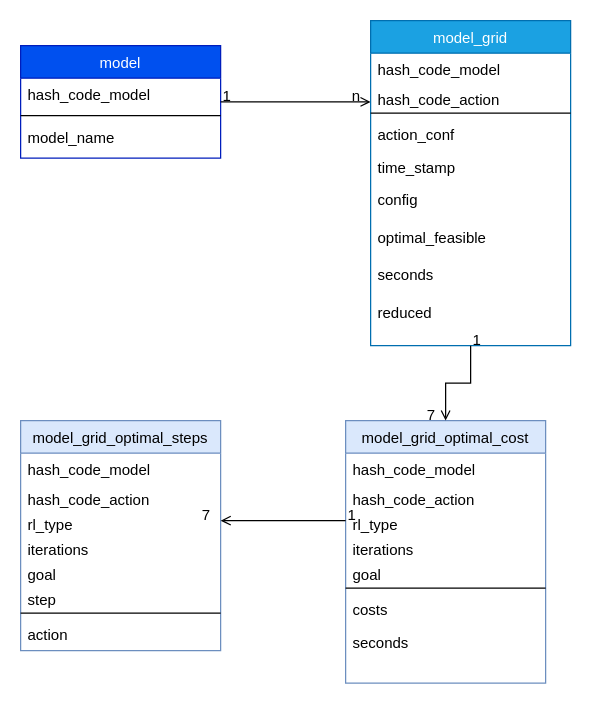
Before: Datenmodell.drawio in MatthiasWikenheiser/goal_recognition, a draw.io diagram. Source tidied: cells renumbered, new cells numbered last; positions are measured from the earlier drawing's top-left corner, leaving out a move shared by most shapes. Both pictures are drawn from the tidied source at 125%, with x=0, y=0 at pixel (20, 20).
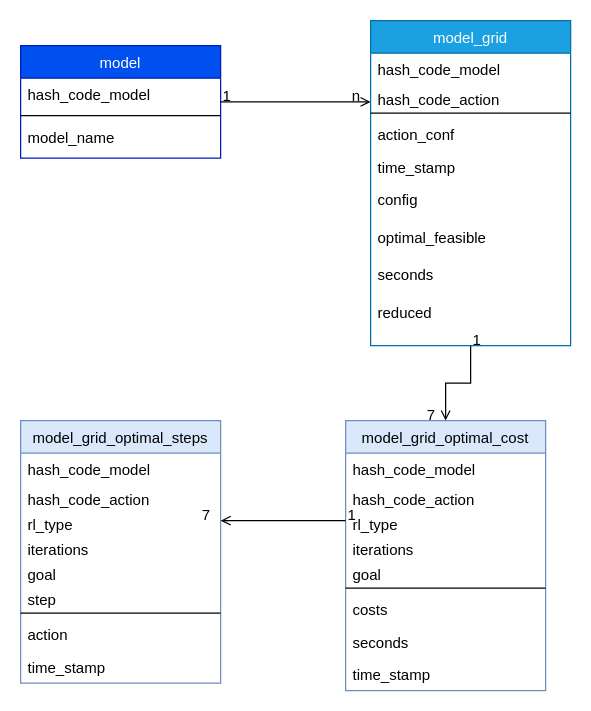
After the change.

What changed in the source:
```diff
@@
     <mxCell id="19" value="model_grid_optimal_cost&#10;" style="swimlane;fontStyle=0;align=center;verticalAlign=top;horizontal=1;startSize=26;rounded=0;shadow=0;strokeWidth=1;fillColor=#dae8fc;strokeColor=#6c8ebf;" parent="1" vertex="1">
-      <mxGeometry x="260" y="320" width="160" height="210" as="geometry" />
+      <mxGeometry x="260" y="320" width="160" height="216" as="geometry" />
     </mxCell>
@@
+    <mxCell id="43" value="time_stamp" style="text;align=left;verticalAlign=top;spacingLeft=4;spacingRight=4;overflow=hidden;" parent="19" vertex="1">
+      <mxGeometry y="190" width="160" height="26" as="geometry" />
+    </mxCell>
@@
     <mxCell id="31" value="model_grid_optimal_steps&#10;" style="swimlane;fontStyle=0;align=center;verticalAlign=top;horizontal=1;startSize=26;rounded=0;shadow=0;strokeWidth=1;fillColor=#dae8fc;strokeColor=#6c8ebf;" parent="1" vertex="1">
-      <mxGeometry y="320" width="160" height="184" as="geometry" />
+      <mxGeometry y="320" width="160" height="210" as="geometry" />
     </mxCell>
@@
+    <mxCell id="44" value="action" style="text;align=left;verticalAlign=top;spacingLeft=4;spacingRight=4;overflow=hidden;" parent="31" vertex="1">
+      <mxGeometry y="158" width="160" height="26" as="geometry" />
+    </mxCell>
-    <mxCell id="39" value="action" style="text;align=left;verticalAlign=top;spacingLeft=4;spacingRight=4;overflow=hidden;" parent="31" vertex="1">
-      <mxGeometry y="158" width="160" height="26" as="geometry" />
+    <mxCell id="39" value="time_stamp" style="text;align=left;verticalAlign=top;spacingLeft=4;spacingRight=4;overflow=hidden;" parent="31" vertex="1">
+      <mxGeometry y="184" width="160" height="26" as="geometry" />
     </mxCell>
```
